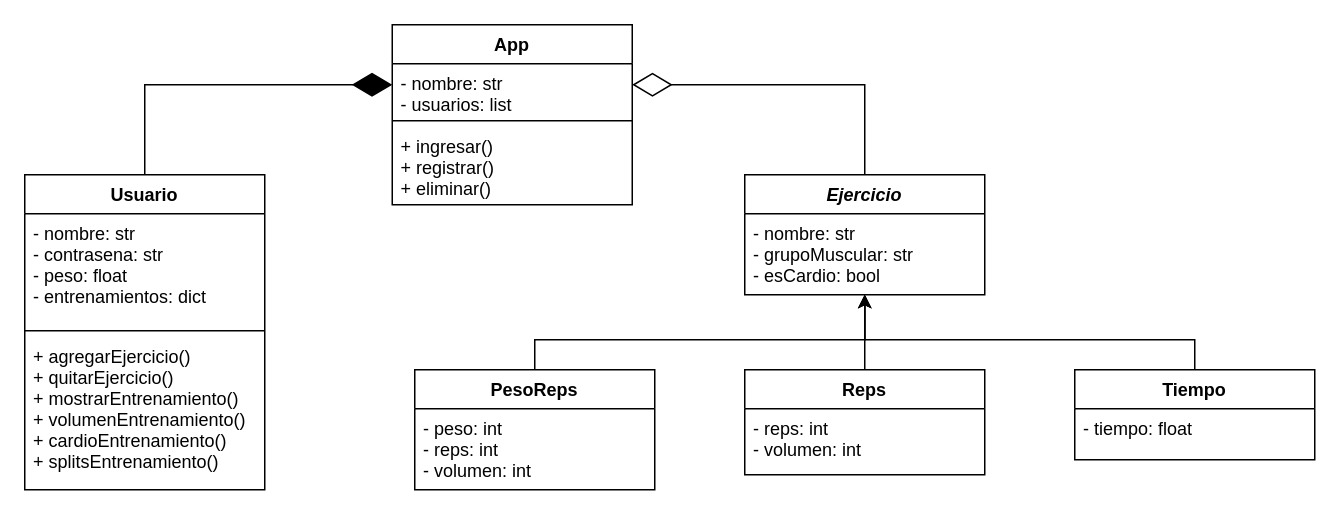
Earlier version of the draw.io diagram UML-Workout_Tracker.drawio (fabcontigiani/workout-tracker). Source tidied: cells renumbered, new cells numbered last; positions are measured from the earlier drawing's top-left corner, leaving out a move shared by most shapes. Both pictures are drawn from the tidied source at 150%, with x=0, y=0 at pixel (24, 24).
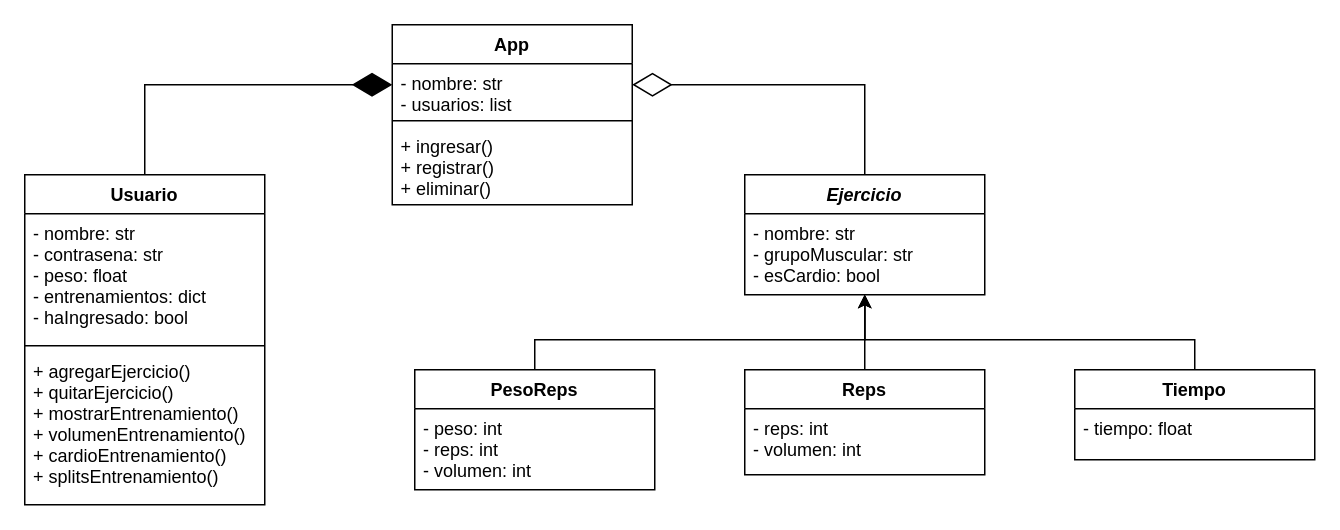
After the change.

What changed in the source:
```diff
@@
     <mxCell id="6" value="Usuario" style="swimlane;fontStyle=1;align=center;verticalAlign=top;horizontal=1;startSize=26;" parent="1" vertex="1">
-      <mxGeometry y="100" width="160" height="210" as="geometry" />
+      <mxGeometry y="100" width="160" height="220" as="geometry" />
     </mxCell>
-    <mxCell id="7" value="- nombre: str&#10;- contrasena: str&#10;- peso: float&#10;- entrenamientos: dict" style="text;strokeColor=none;fillColor=none;align=left;verticalAlign=top;spacingLeft=4;spacingRight=4;overflow=hidden;" parent="6" vertex="1">
-      <mxGeometry y="26" width="160" height="74" as="geometry" />
+    <mxCell id="7" value="- nombre: str&#10;- contrasena: str&#10;- peso: float&#10;- entrenamientos: dict&#10;- haIngresado: bool" style="text;strokeColor=none;fillColor=none;align=left;verticalAlign=top;spacingLeft=4;spacingRight=4;overflow=hidden;" parent="6" vertex="1">
+      <mxGeometry y="26" width="160" height="84" as="geometry" />
     </mxCell>
     <mxCell id="8" style="line;strokeWidth=1;fillColor=none;align=left;verticalAlign=middle;spacingTop=-1;spacingLeft=3;spacingRight=3;labelPosition=right;" parent="6" vertex="1">
-      <mxGeometry y="100" width="160" height="8" as="geometry" />
+      <mxGeometry y="110" width="160" height="8" as="geometry" />
     </mxCell>
     <mxCell id="9" value="+ agregarEjercicio()&#10;+ quitarEjercicio()&#10;+ mostrarEntrenamiento()&#10;+ volumenEntrenamiento()&#10;+ cardioEntrenamiento()&#10;+ splitsEntrenamiento()" style="text;strokeColor=none;fillColor=none;align=left;verticalAlign=top;spacingLeft=4;spacingRight=4;overflow=hidden;" parent="6" vertex="1">
-      <mxGeometry y="108" width="160" height="102" as="geometry" />
+      <mxGeometry y="118" width="160" height="102" as="geometry" />
     </mxCell>
```
